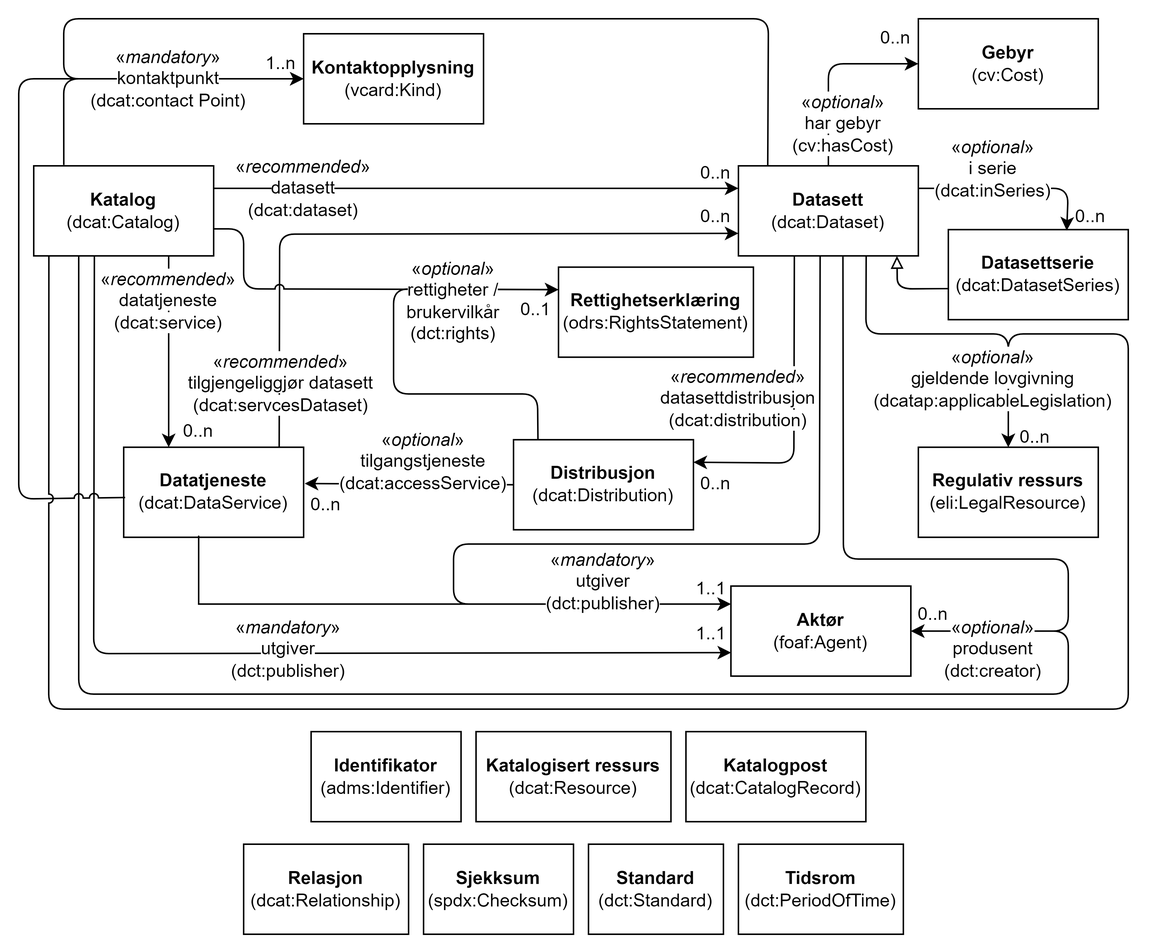
The draw.io diagram docs/images/DCAT-AP-NO-klasser.png in Informasjonsforvaltning/dcat-ap-no, before a commit. Source tidied: cells renumbered, new cells last; positions are measured from the earlier drawing's top-left corner, leaving out a move shared by most shapes.
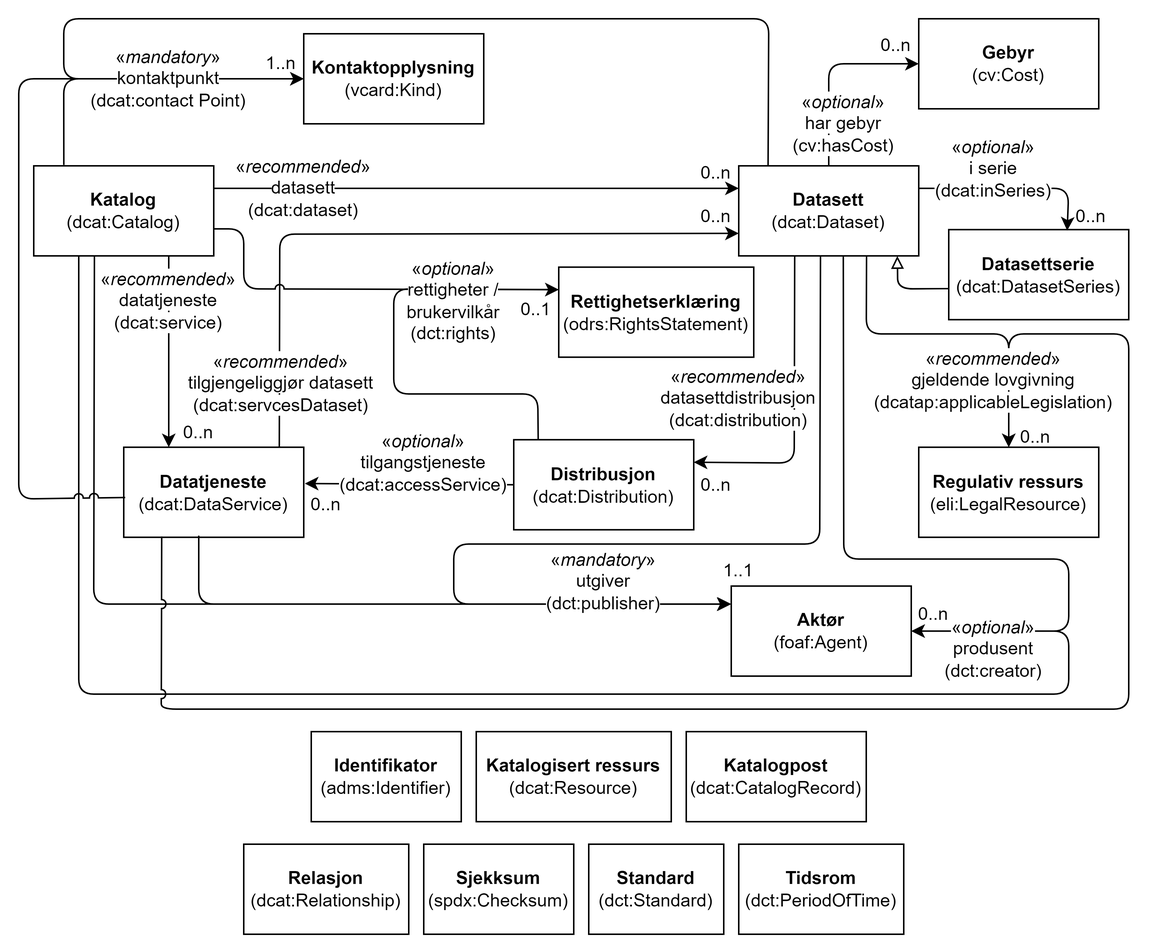
Above is the later version.

What changed in the source:
```diff
@@ -2,10 +2,11 @@
   <root>
     <mxCell id="0" />
     <mxCell id="1" parent="0" />
-    <mxCell id="2" style="endArrow=classic;html=1;rounded=1;entryX=0.001;entryY=0.739;entryDx=0;entryDy=0;curved=0;exitX=0.337;exitY=0.979;exitDx=0;exitDy=0;exitPerimeter=0;entryPerimeter=0;" parent="1" edge="1" source="4" target="25">
+    <mxCell id="2" style="endArrow=classic;html=1;rounded=1;curved=0;exitX=0.337;exitY=0.979;exitDx=0;exitDy=0;exitPerimeter=0;" parent="1" edge="1" source="4">
       <mxGeometry relative="1" as="geometry">
+        <mxPoint x="475" y="390" as="targetPoint" />
         <Array as="points">
-          <mxPoint x="50" y="423" />
+          <mxPoint x="50" y="390" />
         </Array>
       </mxGeometry>
     </mxCell>
@@ -106,9 +107,6 @@
         </Array>
       </mxGeometry>
     </mxCell>
-    <mxCell id="27" value="1..1" style="text;html=1;strokeColor=none;fillColor=none;align=center;verticalAlign=middle;whiteSpace=wrap;rounded=0;" parent="1" vertex="1">
-      <mxGeometry x="447" y="400" width="30" height="20.5" as="geometry" />
-    </mxCell>
     <mxCell id="28" value="0..n" style="text;html=1;strokeColor=none;fillColor=none;align=center;verticalAlign=middle;whiteSpace=wrap;rounded=0;" parent="1" vertex="1">
       <mxGeometry x="450" y="90" width="30" height="25" as="geometry" />
     </mxCell>
@@ -123,7 +121,7 @@
       </mxGeometry>
     </mxCell>
     <mxCell id="31" value="0..n" style="text;html=1;strokeColor=none;fillColor=none;align=center;verticalAlign=middle;whiteSpace=wrap;rounded=0;" parent="1" vertex="1">
-      <mxGeometry x="570" y="2.5" width="30" height="20" as="geometry" />
+      <mxGeometry x="570" y="7.5" width="30" height="20" as="geometry" />
     </mxCell>
     <mxCell id="32" value="&lt;span style=&quot;background-color: rgb(255, 255, 255);&quot;&gt;«&lt;i style=&quot;&quot;&gt;optional&lt;/i&gt;»&lt;br&gt;har gebyr&lt;br&gt;(cv:hasCost)&lt;/span&gt;" style="text;html=1;strokeColor=none;fillColor=none;align=center;verticalAlign=middle;whiteSpace=wrap;rounded=0;" parent="1" vertex="1">
       <mxGeometry x="520" y="55" width="60" height="30" as="geometry" />
@@ -178,7 +176,7 @@
       <mxGeometry x="40" y="25" width="120" height="30" as="geometry" />
     </mxCell>
     <mxCell id="43" value="&lt;span style=&quot;background-color: rgb(255, 255, 255);&quot;&gt;1..1&lt;/span&gt;" style="text;html=1;strokeColor=none;fillColor=none;align=center;verticalAlign=middle;whiteSpace=wrap;rounded=0;" parent="1" vertex="1">
-      <mxGeometry x="447" y="370" width="30" height="20" as="geometry" />
+      <mxGeometry x="465" y="358" width="30" height="20" as="geometry" />
     </mxCell>
     <mxCell id="44" style="endArrow=classic;html=1;rounded=1;jumpStyle=arc;entryX=1;entryY=0.5;entryDx=0;entryDy=0;curved=0;exitX=0.581;exitY=1.009;exitDx=0;exitDy=0;exitPerimeter=0;" parent="1" edge="1" source="5" target="25">
       <mxGeometry relative="1" as="geometry">
@@ -219,10 +217,10 @@
     <mxCell id="50" value="&lt;b&gt;Regulativ ressurs&lt;/b&gt;&lt;br&gt;(eli:LegalResource)" style="rounded=0;whiteSpace=wrap;html=1;fillColor=#FFFFFF;" parent="1" vertex="1">
       <mxGeometry x="600" y="285.5" width="120" height="60" as="geometry" />
     </mxCell>
-    <mxCell id="51" style="endArrow=classic;html=1;rounded=1;entryX=0.5;entryY=0;entryDx=0;entryDy=0;exitX=0.084;exitY=0.998;exitDx=0;exitDy=0;exitPerimeter=0;curved=0;jumpStyle=arc;" parent="1" edge="1" source="4" target="50">
+    <mxCell id="51" style="endArrow=classic;html=1;rounded=1;entryX=0.5;entryY=0;entryDx=0;entryDy=0;exitX=0.211;exitY=0.992;exitDx=0;exitDy=0;exitPerimeter=0;curved=0;jumpStyle=arc;" parent="1" edge="1" source="9" target="50">
       <mxGeometry relative="1" as="geometry">
         <Array as="points">
-          <mxPoint x="20" y="460" />
+          <mxPoint x="95" y="460" />
           <mxPoint x="740" y="460" />
           <mxPoint x="740" y="210" />
           <mxPoint x="660" y="210" />
@@ -240,7 +238,7 @@
         </Array>
       </mxGeometry>
     </mxCell>
-    <mxCell id="54" value="&lt;span style=&quot;background-color: rgb(255, 255, 255);&quot;&gt;«&lt;i&gt;optional&lt;/i&gt;»&lt;br&gt;gjeldende lovgivning (dcatap:applicableLegislation)&lt;/span&gt;" style="text;html=1;strokeColor=none;fillColor=none;align=center;verticalAlign=middle;whiteSpace=wrap;rounded=0;" parent="1" vertex="1">
+    <mxCell id="54" value="&lt;span style=&quot;background-color: rgb(255, 255, 255);&quot;&gt;«&lt;i&gt;recommended&lt;/i&gt;»&lt;br&gt;gjeldende lovgivning (dcatap:applicableLegislation)&lt;/span&gt;" style="text;html=1;strokeColor=none;fillColor=none;align=center;verticalAlign=middle;whiteSpace=wrap;rounded=0;" parent="1" vertex="1">
       <mxGeometry x="620" y="225.5" width="60" height="30" as="geometry" />
     </mxCell>
     <mxCell id="55" value="&lt;b&gt;Identifikator &lt;/b&gt;(adms:Identifier)" style="rounded=0;whiteSpace=wrap;html=1;fillColor=#FFFFFF;" parent="1" vertex="1">
@@ -264,13 +262,9 @@
     <mxCell id="61" value="&lt;b&gt;Tidsrom &lt;/b&gt;(dct:PeriodOfTime)" style="rounded=0;whiteSpace=wrap;html=1;fillColor=#FFFFFF;" parent="1" vertex="1">
       <mxGeometry x="480" y="550" width="110" height="60" as="geometry" />
     </mxCell>
-    <mxCell id="62" value="&lt;span style=&quot;background-color: rgb(255, 255, 255);&quot;&gt;«&lt;i&gt;mandatory&lt;/i&gt;»&lt;br&gt;utgiver&lt;br&gt;(dct:publisher)&lt;/span&gt;" style="text;html=1;strokeColor=none;fillColor=none;align=center;verticalAlign=middle;whiteSpace=wrap;rounded=0;" parent="1" vertex="1">
-      <mxGeometry x="150" y="405" width="60" height="30" as="geometry" />
-    </mxCell>
-    <mxCell id="63" style="endArrow=classic;html=1;rounded=0;exitX=0.45;exitY=0.982;exitDx=0;exitDy=0;exitPerimeter=0;" parent="1" edge="1">
+    <mxCell id="63" style="endArrow=classic;html=1;rounded=1;exitX=0.45;exitY=0.982;exitDx=0;exitDy=0;exitPerimeter=0;curved=0;entryX=-0.004;entryY=0.201;entryDx=0;entryDy=0;entryPerimeter=0;" parent="1" edge="1" target="25">
       <mxGeometry relative="1" as="geometry">
         <mxPoint x="120" y="344.4" as="sourcePoint" />
-        <mxPoint x="475" y="390" as="targetPoint" />
         <Array as="points">
           <mxPoint x="120" y="390" />
         </Array>
```
